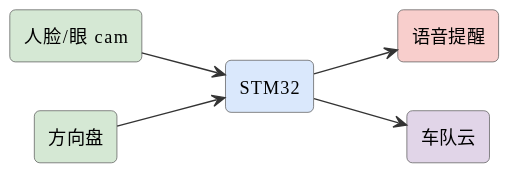
mingyi0818/IntelligentMcuCourse keeps this PlantUML diagram as assets/diagrams/ideas-fig64.svg. Above is the earlier version.
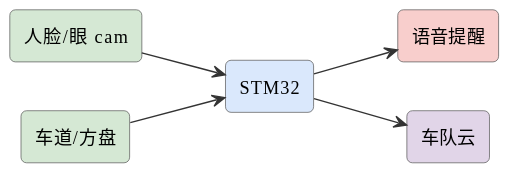
Later version of the same file.

Diff of the diagram source:
```diff
@@ -7,12 +7,12 @@
 skinparam arrowColor #333
 left to right direction
 rectangle "人脸/眼 cam" as cam #d5e8d4
-rectangle "方向盘" as wheel #d5e8d4
+rectangle "车道/方盘" as lane #d5e8d4
 rectangle "STM32" as stm #dae8fc
 rectangle "语音提醒" as spk #f8cecc
 rectangle "车队云" as cloud #e1d5e8
 cam --> stm
-wheel --> stm
+lane --> stm
 stm --> spk
 stm --> cloud
 @enduml
```
